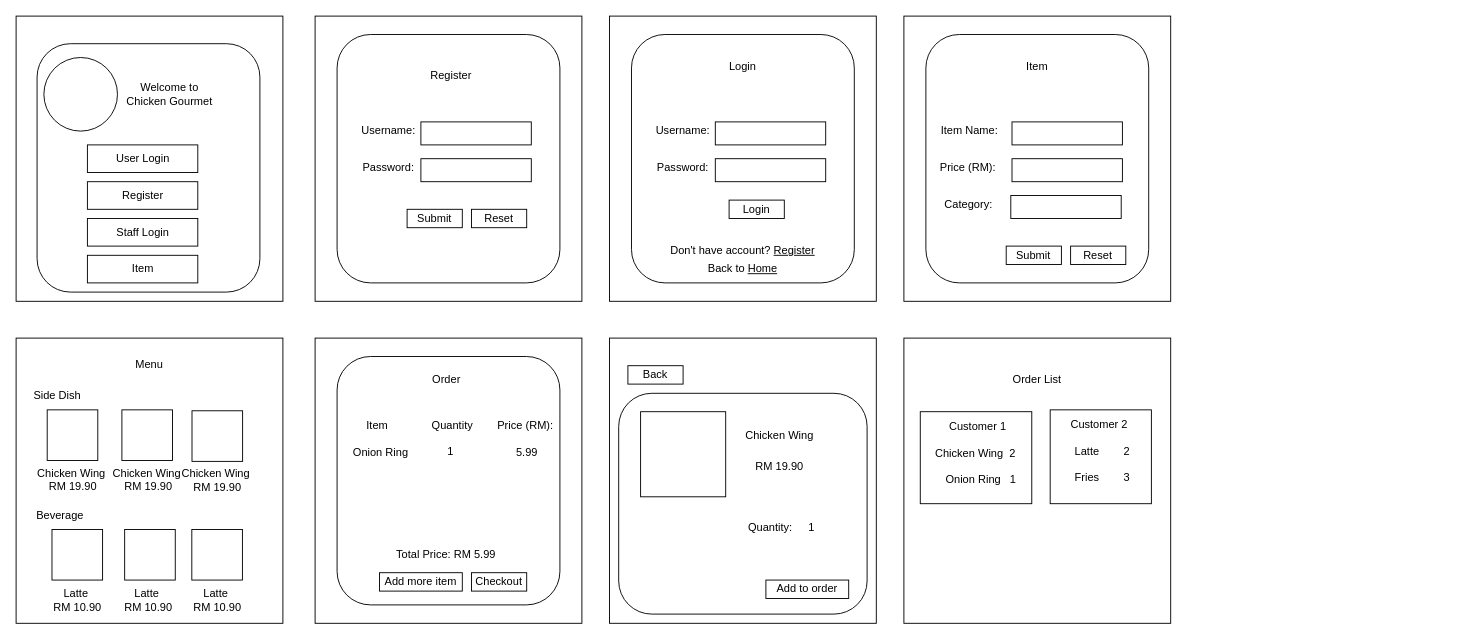
The draw.io diagram page "mock up" (4 of 5) of Chicken.drawio in swara731/Uml-Diagrams, before the edit. Source tidied: cells renumbered, new cells numbered last; positions are measured from the earlier drawing's top-left corner, leaving out a move shared by most shapes. Both pictures are drawn from the tidied source at 92%, with x=0, y=0 at pixel (16, 16).
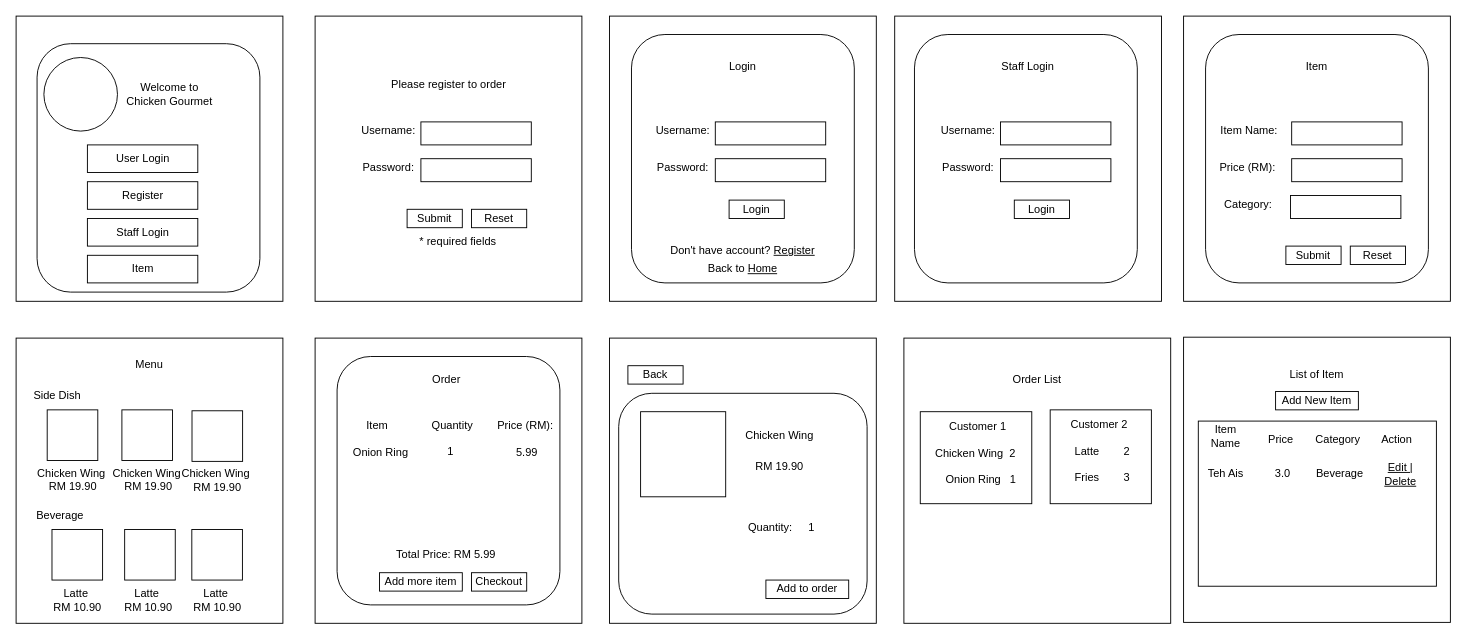
Above is the later version.

Change to the diagram source:
```diff
@@
-    <mxCell id="9" value="Register" style="text;html=1;strokeColor=none;fillColor=none;align=center;verticalAlign=middle;whiteSpace=wrap;rounded=0;" parent="1" vertex="1">
-      <mxGeometry x="442.5" y="50" width="60" height="30" as="geometry" />
+    <mxCell id="9" value="Please register to order" style="text;html=1;strokeColor=none;fillColor=none;align=center;verticalAlign=middle;whiteSpace=wrap;rounded=0;" parent="1" vertex="1">
+      <mxGeometry x="403.8" y="60" width="132.5" height="30" as="geometry" />
     </mxCell>
@@
     <mxCell id="16" style="rounded=0;whiteSpace=wrap;html=1;" parent="1" vertex="1">
-      <mxGeometry x="965" width="290" height="310" as="geometry" />
+      <mxGeometry x="1269" width="290" height="310" as="geometry" />
     </mxCell>
     <mxCell id="17" value="Item" style="text;html=1;strokeColor=none;fillColor=none;align=center;verticalAlign=middle;whiteSpace=wrap;rounded=0;" parent="1" vertex="1">
-      <mxGeometry x="1080" y="40" width="60" height="30" as="geometry" />
+      <mxGeometry x="1384" y="40" width="60" height="30" as="geometry" />
     </mxCell>
     <mxCell id="18" value="Item Name:" style="text;html=1;strokeColor=none;fillColor=none;align=center;verticalAlign=middle;whiteSpace=wrap;rounded=0;" parent="1" vertex="1">
-      <mxGeometry x="995" y="110" width="82.5" height="30" as="geometry" />
+      <mxGeometry x="1299" y="110" width="82.5" height="30" as="geometry" />
     </mxCell>
     <mxCell id="19" value="Price (RM):&amp;nbsp;" style="text;html=1;strokeColor=none;fillColor=none;align=center;verticalAlign=middle;whiteSpace=wrap;rounded=0;" parent="1" vertex="1">
-      <mxGeometry x="995" y="150" width="82.5" height="30" as="geometry" />
+      <mxGeometry x="1299" y="150" width="82.5" height="30" as="geometry" />
     </mxCell>
     <mxCell id="20" value="Submit" style="rounded=0;whiteSpace=wrap;html=1;" parent="1" vertex="1">
-      <mxGeometry x="1076.2" y="250" width="60" height="20" as="geometry" />
+      <mxGeometry x="1380.2" y="250" width="60" height="20" as="geometry" />
     </mxCell>
     <mxCell id="21" value="Reset" style="rounded=0;whiteSpace=wrap;html=1;" parent="1" vertex="1">
-      <mxGeometry x="1146.2" y="250" width="60" height="20" as="geometry" />
+      <mxGeometry x="1450.2" y="250" width="60" height="20" as="geometry" />
     </mxCell>
     <mxCell id="22" style="rounded=0;whiteSpace=wrap;html=1;" parent="1" vertex="1">
-      <mxGeometry x="1082.5" y="115" width="120" height="25" as="geometry" />
+      <mxGeometry x="1386.5" y="115" width="120" height="25" as="geometry" />
     </mxCell>
     <mxCell id="23" style="rounded=0;whiteSpace=wrap;html=1;" parent="1" vertex="1">
-      <mxGeometry x="1082.5" y="155" width="120" height="25" as="geometry" />
+      <mxGeometry x="1386.5" y="155" width="120" height="25" as="geometry" />
     </mxCell>
     <mxCell id="24" value="Category:" style="text;html=1;strokeColor=none;fillColor=none;align=center;verticalAlign=middle;whiteSpace=wrap;rounded=0;" parent="1" vertex="1">
-      <mxGeometry x="993.8" y="190" width="82.5" height="30" as="geometry" />
+      <mxGeometry x="1297.8" y="190" width="82.5" height="30" as="geometry" />
     </mxCell>
     <mxCell id="25" style="rounded=0;whiteSpace=wrap;html=1;" parent="1" vertex="1">
-      <mxGeometry x="1081.2" y="195" width="120" height="25" as="geometry" />
+      <mxGeometry x="1385.2" y="195" width="120" height="25" as="geometry" />
     </mxCell>
@@
-    <mxCell id="82" style="rounded=1;whiteSpace=wrap;html=1;fillColor=none;" parent="1" vertex="1">
-      <mxGeometry x="348.9" y="20" width="242.2" height="270" as="geometry" />
-    </mxCell>
@@
     <mxCell id="85" style="rounded=1;whiteSpace=wrap;html=1;fillColor=none;" parent="1" vertex="1">
-      <mxGeometry x="988.9" y="20" width="242.2" height="270" as="geometry" />
+      <mxGeometry x="1292.9" y="20" width="242.2" height="270" as="geometry" />
     </mxCell>
@@
+    <mxCell id="87" value="* required fields" style="text;html=1;strokeColor=none;fillColor=none;align=center;verticalAlign=middle;whiteSpace=wrap;rounded=0;" parent="1" vertex="1">
+      <mxGeometry x="413.8" y="230" width="132.5" height="30" as="geometry" />
+    </mxCell>
+    <mxCell id="88" style="rounded=0;whiteSpace=wrap;html=1;" parent="1" vertex="1">
+      <mxGeometry x="955" width="290" height="310" as="geometry" />
+    </mxCell>
+    <mxCell id="89" value="Staff Login" style="text;html=1;strokeColor=none;fillColor=none;align=center;verticalAlign=middle;whiteSpace=wrap;rounded=0;" parent="1" vertex="1">
+      <mxGeometry x="1070" y="40" width="60" height="30" as="geometry" />
+    </mxCell>
+    <mxCell id="90" value="Username:" style="text;html=1;strokeColor=none;fillColor=none;align=center;verticalAlign=middle;whiteSpace=wrap;rounded=0;" parent="1" vertex="1">
+      <mxGeometry x="1005" y="110" width="60" height="30" as="geometry" />
+    </mxCell>
+    <mxCell id="91" value="Password:" style="text;html=1;strokeColor=none;fillColor=none;align=center;verticalAlign=middle;whiteSpace=wrap;rounded=0;" parent="1" vertex="1">
+      <mxGeometry x="1005" y="150" width="60" height="30" as="geometry" />
+    </mxCell>
+    <mxCell id="92" value="Login" style="rounded=0;whiteSpace=wrap;html=1;" parent="1" vertex="1">
+      <mxGeometry x="1085" y="200" width="60" height="20" as="geometry" />
+    </mxCell>
+    <mxCell id="93" style="rounded=0;whiteSpace=wrap;html=1;" parent="1" vertex="1">
+      <mxGeometry x="1070" y="115" width="120" height="25" as="geometry" />
+    </mxCell>
+    <mxCell id="94" style="rounded=0;whiteSpace=wrap;html=1;" parent="1" vertex="1">
+      <mxGeometry x="1070" y="155" width="120" height="25" as="geometry" />
+    </mxCell>
+    <mxCell id="95" style="rounded=1;whiteSpace=wrap;html=1;fillColor=none;" parent="1" vertex="1">
+      <mxGeometry x="976.5" y="20" width="242.2" height="270" as="geometry" />
+    </mxCell>
+    <mxCell id="96" style="rounded=0;whiteSpace=wrap;html=1;" parent="1" vertex="1">
+      <mxGeometry x="1269" y="349" width="290" height="310" as="geometry" />
+    </mxCell>
+    <mxCell id="97" value="List of Item" style="text;html=1;strokeColor=none;fillColor=none;align=center;verticalAlign=middle;whiteSpace=wrap;rounded=0;" parent="1" vertex="1">
+      <mxGeometry x="1353.3" y="375" width="121.5" height="30" as="geometry" />
+    </mxCell>
+    <mxCell id="98" value="Add New Item" style="rounded=0;whiteSpace=wrap;html=1;" parent="1" vertex="1">
+      <mxGeometry x="1369" y="408" width="90" height="20" as="geometry" />
+    </mxCell>
+    <mxCell id="99" style="rounded=0;whiteSpace=wrap;html=1;" parent="1" vertex="1">
+      <mxGeometry x="1285" y="440.2" width="258.8" height="179.5" as="geometry" />
+    </mxCell>
+    <mxCell id="100" value="Item Name" style="text;html=1;strokeColor=none;fillColor=none;align=center;verticalAlign=middle;whiteSpace=wrap;rounded=0;" parent="1" vertex="1">
+      <mxGeometry x="1284.9" y="441.5" width="60" height="30" as="geometry" />
+    </mxCell>
+    <mxCell id="101" value="Price" style="text;html=1;strokeColor=none;fillColor=none;align=center;verticalAlign=middle;whiteSpace=wrap;rounded=0;" parent="1" vertex="1">
+      <mxGeometry x="1344.9" y="445" width="60" height="30" as="geometry" />
+    </mxCell>
+    <mxCell id="102" value="Category" style="text;html=1;strokeColor=none;fillColor=none;align=center;verticalAlign=middle;whiteSpace=wrap;rounded=0;" parent="1" vertex="1">
+      <mxGeometry x="1406.8" y="445" width="60" height="30" as="geometry" />
+    </mxCell>
+    <mxCell id="103" value="Action" style="text;html=1;strokeColor=none;fillColor=none;align=center;verticalAlign=middle;whiteSpace=wrap;rounded=0;" parent="1" vertex="1">
+      <mxGeometry x="1471" y="445" width="60" height="30" as="geometry" />
+    </mxCell>
+    <mxCell id="104" value="Teh Ais" style="text;html=1;strokeColor=none;fillColor=none;align=center;verticalAlign=middle;whiteSpace=wrap;rounded=0;" parent="1" vertex="1">
+      <mxGeometry x="1284.9" y="483" width="60" height="30" as="geometry" />
+    </mxCell>
+    <mxCell id="105" value="3.0" style="text;html=1;strokeColor=none;fillColor=none;align=center;verticalAlign=middle;whiteSpace=wrap;rounded=0;" parent="1" vertex="1">
+      <mxGeometry x="1346.8" y="483" width="60" height="30" as="geometry" />
+    </mxCell>
+    <mxCell id="106" value="Beverage" style="text;html=1;strokeColor=none;fillColor=none;align=center;verticalAlign=middle;whiteSpace=wrap;rounded=0;" parent="1" vertex="1">
+      <mxGeometry x="1408.5" y="483" width="60" height="30" as="geometry" />
+    </mxCell>
+    <mxCell id="107" value="&lt;u&gt;Edit | Delete&lt;/u&gt;" style="text;html=1;strokeColor=none;fillColor=none;align=center;verticalAlign=middle;whiteSpace=wrap;rounded=0;" parent="1" vertex="1">
+      <mxGeometry x="1475.1" y="483" width="60" height="30" as="geometry" />
+    </mxCell>
```
